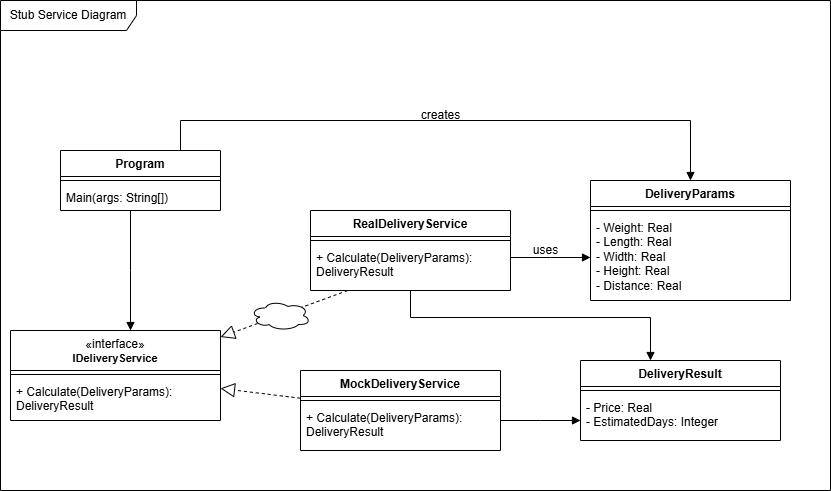
Earlier version of the draw.io export Семестр_2/lab4/Паттерн_Фиктивная_Служба.drawio.png (Fencerror/OOAP). Source tidied: cells renumbered, new cells last; positions are measured from the earlier drawing's top-left corner, leaving out a move shared by most shapes.
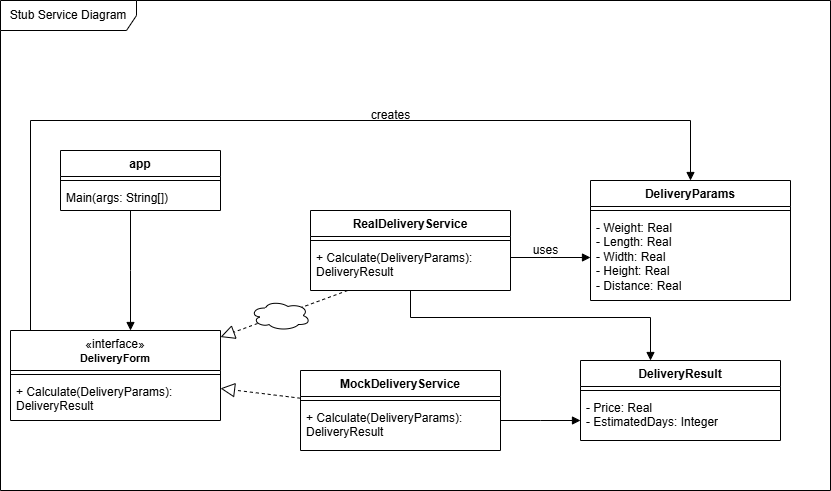
The same file after the commit.

The edit, as a diff of the source:
```diff
@@ -2,7 +2,7 @@
   <root>
     <mxCell id="0" />
     <mxCell id="1" parent="0" />
-    <mxCell id="2" value="Program" style="swimlane;fontStyle=1;align=center;verticalAlign=top;horizontal=1;startSize=26;whiteSpace=wrap;html=1;" parent="1" vertex="1">
+    <mxCell id="2" value="app" style="swimlane;fontStyle=1;align=center;verticalAlign=top;horizontal=1;startSize=26;whiteSpace=wrap;html=1;" parent="1" vertex="1">
       <mxGeometry x="60" y="150" width="160" height="60" as="geometry" />
     </mxCell>
     <mxCell id="3" style="line;strokeWidth=1;fillColor=none;align=left;verticalAlign=middle;spacingTop=-1;spacingLeft=3;spacingRight=3;labelPosition=right;strokeColor=inherit;" parent="2" vertex="1">
@@ -55,10 +55,10 @@
         </Array>
       </mxGeometry>
     </mxCell>
-    <mxCell id="18" style="endArrow=block;endFill=1;html=1;edgeStyle=orthogonalEdgeStyle;align=left;verticalAlign=top;rounded=0;" parent="1" edge="1" source="2" target="14">
+    <mxCell id="18" style="endArrow=block;endFill=1;html=1;edgeStyle=orthogonalEdgeStyle;align=left;verticalAlign=top;rounded=0;" parent="1" edge="1" source="28" target="14">
       <mxGeometry x="-1" relative="1" as="geometry">
         <Array as="points">
-          <mxPoint x="180" y="120" />
+          <mxPoint x="30" y="120" />
           <mxPoint x="690" y="120" />
         </Array>
       </mxGeometry>
@@ -93,7 +93,7 @@
       <mxGeometry relative="1" as="geometry" />
     </mxCell>
     <mxCell id="24" value="creates" style="text;html=1;align=center;verticalAlign=middle;strokeColor=none;fillColor=none;" parent="1" vertex="1">
-      <mxGeometry x="410" y="100" width="60" height="30" as="geometry" />
+      <mxGeometry x="360" y="100" width="60" height="30" as="geometry" />
     </mxCell>
     <mxCell id="25" value="uses" style="text;html=1;align=center;verticalAlign=middle;strokeColor=none;fillColor=none;" parent="1" vertex="1">
       <mxGeometry x="520" y="235" width="50" height="30" as="geometry" />
@@ -104,7 +104,7 @@
     <mxCell id="27" style="ellipse;shape=cloud;whiteSpace=wrap;html=1;" parent="1" vertex="1">
       <mxGeometry x="250" y="300" width="60" height="30" as="geometry" />
     </mxCell>
-    <mxCell id="28" value="&lt;span style=&quot;font-weight: 400;&quot;&gt;«interface»&lt;/span&gt;&lt;br style=&quot;font-weight: 400;&quot;&gt;&lt;font style=&quot;font-size: 11px;&quot;&gt;IDeliveryService&lt;/font&gt;" style="swimlane;fontStyle=1;align=center;verticalAlign=top;horizontal=1;startSize=40;whiteSpace=wrap;html=1;" parent="1" vertex="1">
+    <mxCell id="28" value="&lt;span style=&quot;font-weight: 400;&quot;&gt;«interface»&lt;/span&gt;&lt;br style=&quot;font-weight: 400;&quot;&gt;&lt;span style=&quot;font-size: 11px;&quot;&gt;DeliveryForm&lt;/span&gt;" style="swimlane;fontStyle=1;align=center;verticalAlign=top;horizontal=1;startSize=40;whiteSpace=wrap;html=1;" parent="1" vertex="1">
       <mxGeometry x="10" y="330" width="210" height="90" as="geometry" />
     </mxCell>
     <mxCell id="29" style="line;strokeWidth=1;fillColor=none;align=left;verticalAlign=middle;spacingTop=-1;spacingLeft=3;spacingRight=3;labelPosition=right;strokeColor=inherit;" parent="28" vertex="1">
```
